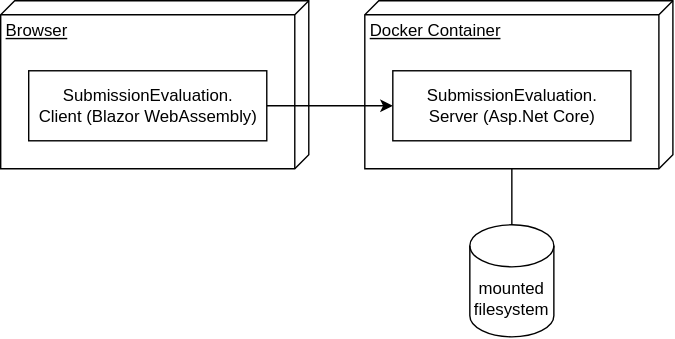
The draw.io diagram docs/images/arc42_07_deployment_view.svg in IT-Designers/challenges, before a commit. Source tidied: cells renumbered, new cells last; positions are measured from the earlier drawing's top-left corner, leaving out a move shared by most shapes.
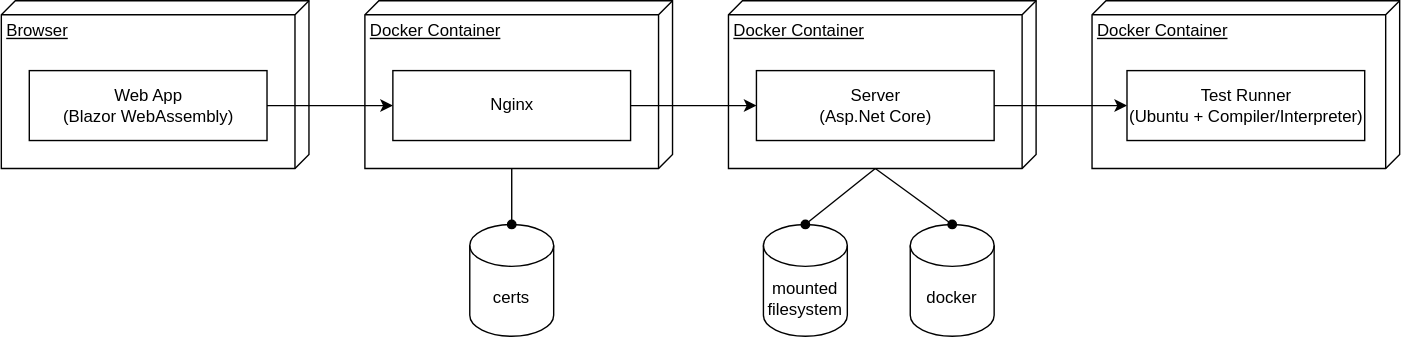
Above is the later version.

Diff of the diagram source:
```diff
@@ -6,22 +6,52 @@
       <mxGeometry width="220" height="120" as="geometry" />
     </mxCell>
     <mxCell id="3" value="Docker Container" style="verticalAlign=top;align=left;spacingTop=8;spacingLeft=2;spacingRight=12;shape=cube;size=10;direction=south;fontStyle=4;html=1;" parent="1" vertex="1">
-      <mxGeometry x="260" width="220" height="120" as="geometry" />
+      <mxGeometry x="520" width="220" height="120" as="geometry" />
     </mxCell>
-    <mxCell id="4" value="SubmissionEvaluation.&lt;br&gt;Server (Asp.Net Core)" style="html=1;" parent="1" vertex="1">
-      <mxGeometry x="280" y="50" width="170" height="50" as="geometry" />
+    <mxCell id="4" value="Server&lt;br&gt;(Asp.Net Core)" style="html=1;" parent="1" vertex="1">
+      <mxGeometry x="540" y="50" width="170" height="50" as="geometry" />
     </mxCell>
-    <mxCell id="5" style="edgeStyle=orthogonalEdgeStyle;rounded=0;jettySize=auto;html=1;exitX=1;exitY=0.5;exitDx=0;exitDy=0;entryX=0;entryY=0.5;entryDx=0;entryDy=0;" parent="1" edge="1" source="6" target="4">
-      <mxGeometry relative="1" as="geometry" />
-    </mxCell>
-    <mxCell id="6" value="SubmissionEvaluation.&lt;br&gt;Client (Blazor WebAssembly)" style="html=1;" parent="1" vertex="1">
+    <mxCell id="6" value="Web App&lt;br&gt;(Blazor WebAssembly)" style="html=1;" parent="1" vertex="1">
       <mxGeometry x="20" y="50" width="170" height="50" as="geometry" />
     </mxCell>
     <mxCell id="7" value="mounted filesystem" style="shape=cylinder3;whiteSpace=wrap;html=1;boundedLbl=1;backgroundOutline=1;size=15;" parent="1" vertex="1">
-      <mxGeometry x="335" y="160" width="60" height="80" as="geometry" />
+      <mxGeometry x="545" y="160" width="60" height="80" as="geometry" />
     </mxCell>
-    <mxCell id="8" style="endArrow=none;html=1;entryX=0;entryY=0;entryDx=120;entryDy=115;entryPerimeter=0;exitX=0.5;exitY=0;exitDx=0;exitDy=0;exitPerimeter=0;" parent="1" edge="1" source="7" target="3">
+    <mxCell id="8" style="endArrow=none;html=1;entryX=0;entryY=0;entryDx=120;entryDy=115;entryPerimeter=0;exitX=0.5;exitY=0;exitDx=0;exitDy=0;exitPerimeter=0;startArrow=oval;startFill=1;" parent="1" edge="1" source="7" target="3">
       <mxGeometry relative="1" as="geometry" />
     </mxCell>
+    <mxCell id="9" value="docker" style="shape=cylinder3;whiteSpace=wrap;html=1;boundedLbl=1;backgroundOutline=1;size=15;" parent="1" vertex="1">
+      <mxGeometry x="650" y="160" width="60" height="80" as="geometry" />
+    </mxCell>
+    <mxCell id="10" style="endArrow=none;html=1;entryX=0;entryY=0;entryDx=120;entryDy=115;entryPerimeter=0;exitX=0.5;exitY=0;exitDx=0;exitDy=0;exitPerimeter=0;startArrow=oval;startFill=1;" parent="1" edge="1" source="9" target="3">
+      <mxGeometry relative="1" as="geometry" />
+    </mxCell>
+    <mxCell id="11" value="Docker Container" style="verticalAlign=top;align=left;spacingTop=8;spacingLeft=2;spacingRight=12;shape=cube;size=10;direction=south;fontStyle=4;html=1;" parent="1" vertex="1">
+      <mxGeometry x="780" width="220" height="120" as="geometry" />
+    </mxCell>
+    <mxCell id="12" value="Test Runner&lt;br&gt;(Ubuntu + Compiler/Interpreter)" style="html=1;" parent="1" vertex="1">
+      <mxGeometry x="805" y="50" width="170" height="50" as="geometry" />
+    </mxCell>
+    <mxCell id="13" style="edgeStyle=orthogonalEdgeStyle;rounded=0;jettySize=auto;html=1;exitX=1;exitY=0.5;exitDx=0;exitDy=0;entryX=0;entryY=0.5;entryDx=0;entryDy=0;" parent="1" edge="1" source="4" target="12">
+      <mxGeometry relative="1" as="geometry" />
+    </mxCell>
+    <mxCell id="14" value="Docker Container" style="verticalAlign=top;align=left;spacingTop=8;spacingLeft=2;spacingRight=12;shape=cube;size=10;direction=south;fontStyle=4;html=1;" parent="1" vertex="1">
+      <mxGeometry x="260" width="220" height="120" as="geometry" />
+    </mxCell>
+    <mxCell id="15" value="Nginx" style="html=1;" parent="1" vertex="1">
+      <mxGeometry x="280" y="50" width="170" height="50" as="geometry" />
+    </mxCell>
+    <mxCell id="16" value="certs" style="shape=cylinder3;whiteSpace=wrap;html=1;boundedLbl=1;backgroundOutline=1;size=15;" parent="1" vertex="1">
+      <mxGeometry x="335" y="160" width="60" height="80" as="geometry" />
+    </mxCell>
+    <mxCell id="17" style="endArrow=none;html=1;entryX=0;entryY=0;entryDx=120;entryDy=115;entryPerimeter=0;exitX=0.5;exitY=0;exitDx=0;exitDy=0;exitPerimeter=0;startArrow=oval;startFill=1;" parent="1" edge="1" source="16" target="14">
+      <mxGeometry relative="1" as="geometry" />
+    </mxCell>
+    <mxCell id="18" style="edgeStyle=orthogonalEdgeStyle;rounded=0;jettySize=auto;html=1;exitX=1;exitY=0.5;exitDx=0;exitDy=0;entryX=0;entryY=0.5;entryDx=0;entryDy=0;" parent="1" edge="1" source="6" target="15">
+      <mxGeometry relative="1" as="geometry" />
+    </mxCell>
+    <mxCell id="5" style="edgeStyle=orthogonalEdgeStyle;rounded=0;jettySize=auto;html=1;exitX=1;exitY=0.5;exitDx=0;exitDy=0;entryX=0;entryY=0.5;entryDx=0;entryDy=0;" parent="1" edge="1" source="15" target="4">
+      <mxGeometry relative="1" as="geometry" />
+    </mxCell>
   </root>
 </mxGraphModel>
```
